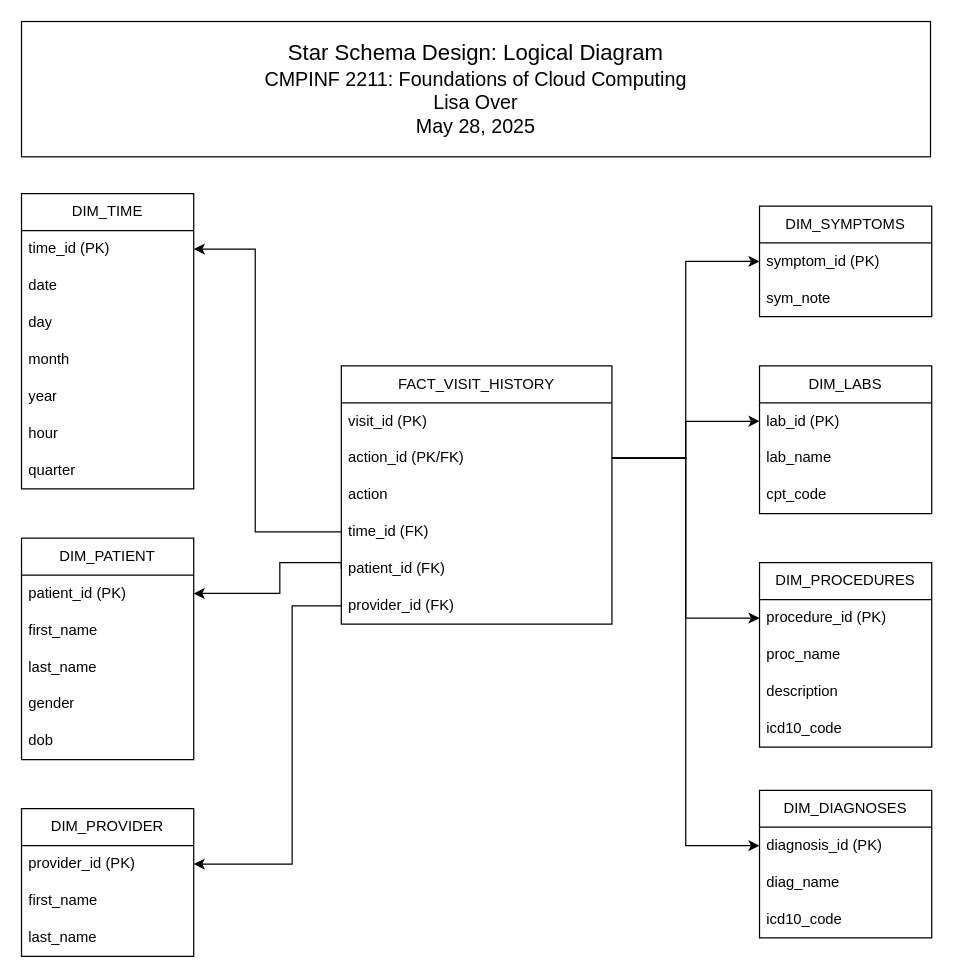
Before: EMR_Star_Schema/emr_star_schema_logic_diagram.drawio in sandbox-lisa/drawio, a draw.io diagram. Source tidied: cells renumbered, new cells numbered last; positions are measured from the earlier drawing's top-left corner, leaving out a move shared by most shapes. Both pictures are drawn from the tidied source at 123%, with x=0, y=0 at pixel (21, 21).
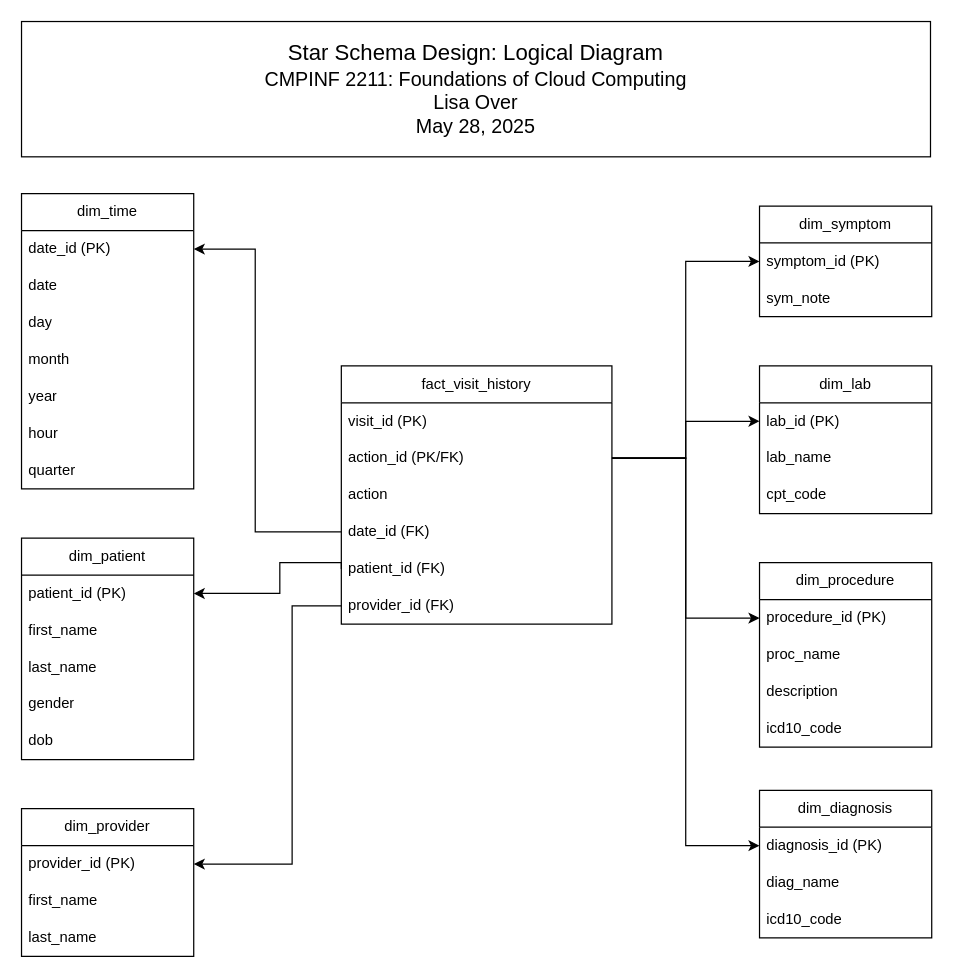
After the change.

Diff of the diagram source:
```diff
@@
-    <mxCell id="2" value="FACT_VISIT_HISTORY" style="swimlane;fontStyle=0;horizontal=1;startSize=30;whiteSpace=wrap;html=1;" parent="1" vertex="1">
+    <mxCell id="2" value="fact_visit_history" style="swimlane;fontStyle=0;horizontal=1;startSize=30;whiteSpace=wrap;html=1;" parent="1" vertex="1">
       <mxGeometry x="260" y="280" width="220" height="210" as="geometry" />
     </mxCell>
@@
-    <mxCell id="6" value="time_id (FK)" style="text;strokeColor=none;fillColor=none;align=left;verticalAlign=middle;spacingLeft=4;spacingRight=4;overflow=hidden;points=[[0,0.5],[1,0.5]];portConstraint=eastwest;whiteSpace=wrap;html=1;" parent="2" vertex="1">
+    <mxCell id="6" value="date_id (FK)" style="text;strokeColor=none;fillColor=none;align=left;verticalAlign=middle;spacingLeft=4;spacingRight=4;overflow=hidden;points=[[0,0.5],[1,0.5]];portConstraint=eastwest;whiteSpace=wrap;html=1;" parent="2" vertex="1">
       <mxGeometry y="120" width="220" height="30" as="geometry" />
     </mxCell>
@@
-    <mxCell id="9" value="DIM_TIME" style="swimlane;fontStyle=0;horizontal=1;startSize=30;whiteSpace=wrap;html=1;" parent="1" vertex="1">
+    <mxCell id="9" value="dim_time" style="swimlane;fontStyle=0;horizontal=1;startSize=30;whiteSpace=wrap;html=1;" parent="1" vertex="1">
       <mxGeometry y="140" width="140" height="240" as="geometry" />
     </mxCell>
-    <mxCell id="10" value="time_id (PK)" style="text;strokeColor=none;fillColor=none;align=left;verticalAlign=middle;spacingLeft=4;spacingRight=4;overflow=hidden;points=[[0,0.5],[1,0.5]];portConstraint=eastwest;whiteSpace=wrap;html=1;" parent="9" vertex="1">
+    <mxCell id="10" value="date_id (PK)" style="text;strokeColor=none;fillColor=none;align=left;verticalAlign=middle;spacingLeft=4;spacingRight=4;overflow=hidden;points=[[0,0.5],[1,0.5]];portConstraint=eastwest;whiteSpace=wrap;html=1;" parent="9" vertex="1">
       <mxGeometry y="30" width="140" height="30" as="geometry" />
     </mxCell>
@@
-    <mxCell id="17" value="DIM_PATIENT" style="swimlane;fontStyle=0;horizontal=1;startSize=30;whiteSpace=wrap;html=1;" parent="1" vertex="1">
+    <mxCell id="17" value="dim_patient" style="swimlane;fontStyle=0;horizontal=1;startSize=30;whiteSpace=wrap;html=1;" parent="1" vertex="1">
       <mxGeometry y="420" width="140" height="180" as="geometry" />
     </mxCell>
@@
-    <mxCell id="23" value="DIM_PROVIDER" style="swimlane;fontStyle=0;horizontal=1;startSize=30;whiteSpace=wrap;html=1;" parent="1" vertex="1">
+    <mxCell id="23" value="dim_provider" style="swimlane;fontStyle=0;horizontal=1;startSize=30;whiteSpace=wrap;html=1;" parent="1" vertex="1">
       <mxGeometry y="640" width="140" height="120" as="geometry" />
     </mxCell>
@@
-    <mxCell id="27" value="DIM_PROCEDURES" style="swimlane;fontStyle=0;horizontal=1;startSize=30;whiteSpace=wrap;html=1;" parent="1" vertex="1">
+    <mxCell id="27" value="dim_procedure" style="swimlane;fontStyle=0;horizontal=1;startSize=30;whiteSpace=wrap;html=1;" parent="1" vertex="1">
       <mxGeometry x="600" y="440" width="140" height="150" as="geometry" />
     </mxCell>
@@
-    <mxCell id="32" value="DIM_DIAGNOSES" style="swimlane;fontStyle=0;horizontal=1;startSize=30;whiteSpace=wrap;html=1;" parent="1" vertex="1">
+    <mxCell id="32" value="dim_diagnosis" style="swimlane;fontStyle=0;horizontal=1;startSize=30;whiteSpace=wrap;html=1;" parent="1" vertex="1">
       <mxGeometry x="600" y="625" width="140" height="120" as="geometry" />
     </mxCell>
@@
-    <mxCell id="36" value="DIM_SYMPTOMS" style="swimlane;fontStyle=0;horizontal=1;startSize=30;whiteSpace=wrap;html=1;" parent="1" vertex="1">
+    <mxCell id="36" value="dim_symptom" style="swimlane;fontStyle=0;horizontal=1;startSize=30;whiteSpace=wrap;html=1;" parent="1" vertex="1">
       <mxGeometry x="600" y="150" width="140" height="90" as="geometry" />
     </mxCell>
@@
-    <mxCell id="46" value="DIM_LABS" style="swimlane;fontStyle=0;horizontal=1;startSize=30;whiteSpace=wrap;html=1;" parent="1" vertex="1">
+    <mxCell id="46" value="dim_lab" style="swimlane;fontStyle=0;horizontal=1;startSize=30;whiteSpace=wrap;html=1;" parent="1" vertex="1">
       <mxGeometry x="600" y="280" width="140" height="120" as="geometry" />
     </mxCell>
```
